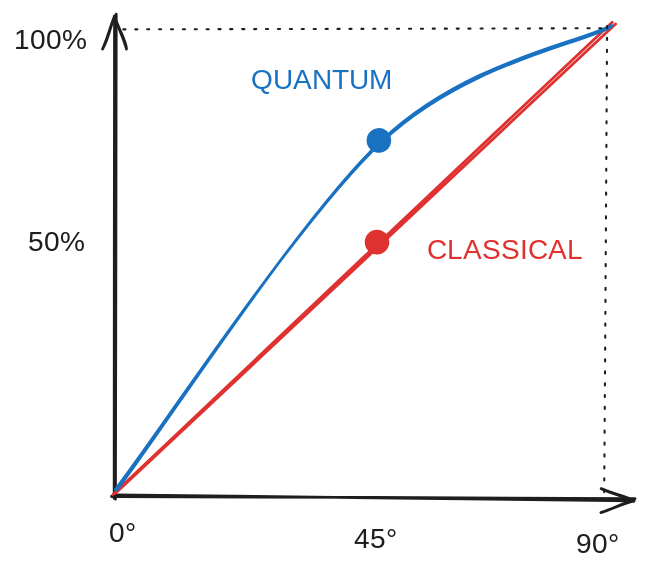
This is ndcoslo-2025/graphics/bell2.excalidraw.svg from filipw/filipw.github.io, a Excalidraw export, as it was before one commit. Source tidied: one line per element, renumbered; positions are measured from the earlier drawing's top-left corner, leaving out a move shared by most shapes. Its diagram source:
```json
{"id": 0, "type": "arrow", "strokeColor": "#1e1e1e", "strokeWidth": 2, "roughness": 1, "endArrowhead": "arrow", "round": true, "x": 71, "y": 345, "width": 2, "height": 345, "points": [[0, 0], [2, -345]]}
{"id": 1, "type": "arrow", "strokeColor": "#1e1e1e", "strokeWidth": 2, "roughness": 1, "endArrowhead": "arrow", "round": true, "x": 70, "y": 345, "width": 373, "height": 1, "points": [[0, 0], [373, 1]]}
{"id": 2, "type": "text", "text": "0°", "strokeColor": "#1e1e1e", "strokeWidth": 2, "roughness": 1, "fontSize": 20, "fontFamily": 5, "x": 68, "y": 359, "width": 22, "height": 25}
{"id": 3, "type": "text", "text": "45°", "strokeColor": "#1e1e1e", "strokeWidth": 2, "roughness": 1, "fontSize": 20, "fontFamily": 5, "x": 243, "y": 364, "width": 32, "height": 25}
{"id": 4, "type": "text", "text": "90°", "strokeColor": "#1e1e1e", "strokeWidth": 2, "roughness": 1, "fontSize": 20, "fontFamily": 5, "x": 401, "y": 367, "width": 34, "height": 25}
{"id": 5, "type": "line", "strokeColor": "#e03131", "strokeWidth": 2, "roughness": 1, "round": true, "x": 71, "y": 343, "width": 357, "height": 337, "points": [[0, 0], [357, -337]]}
{"id": 6, "type": "text", "text": "50%", "strokeColor": "#1e1e1e", "strokeWidth": 2, "roughness": 1, "fontSize": 20, "fontFamily": 5, "x": 10, "y": 152, "width": 44, "height": 25}
{"id": 7, "type": "text", "text": "100%", "strokeColor": "#1e1e1e", "strokeWidth": 2, "roughness": 1, "fontSize": 20, "fontFamily": 5, "x": 0, "y": 7, "width": 54, "height": 25}
{"id": 8, "type": "text", "text": "CLASSICAL", "strokeColor": "#e03131", "strokeWidth": 2, "roughness": 1, "fontSize": 20, "fontFamily": 5, "x": 295, "y": 157, "width": 109, "height": 25}
{"id": 9, "type": "line", "strokeColor": "#1971c2", "strokeWidth": 2, "roughness": 1, "round": true, "x": 72, "y": 339, "width": 355, "height": 331, "points": [[0, 0], [190, -249], [355, -331]]}
{"id": 10, "type": "line", "strokeColor": "#1e1e1e", "strokeWidth": 1, "strokeStyle": "dotted", "roughness": 1, "round": true, "x": 423, "y": 9, "width": 1, "height": 335, "points": [[0, 0], [-1, 335]]}
{"id": 11, "type": "line", "strokeColor": "#1e1e1e", "strokeWidth": 1, "strokeStyle": "dotted", "roughness": 1, "round": true, "x": 419, "y": 10, "width": 345, "height": 1, "points": [[0, 0], [-345, 1]]}
{"id": 12, "type": "freedraw", "strokeColor": "#e03131", "strokeWidth": 4, "strokeStyle": "dotted", "roughness": 1, "x": 259, "y": 163, "width": 0, "height": 0, "points": [[0, 0], [0, 0]]}
{"id": 13, "type": "freedraw", "strokeColor": "#1971c2", "strokeWidth": 4, "strokeStyle": "dotted", "roughness": 1, "x": 261, "y": 90, "width": 0, "height": 0, "points": [[0, 0], [0, 0]]}
{"id": 14, "type": "text", "text": "QUANTUM", "strokeColor": "#1971c2", "strokeWidth": 2, "roughness": 1, "fontSize": 20, "fontFamily": 5, "x": 169, "y": 36, "width": 101, "height": 25}
```
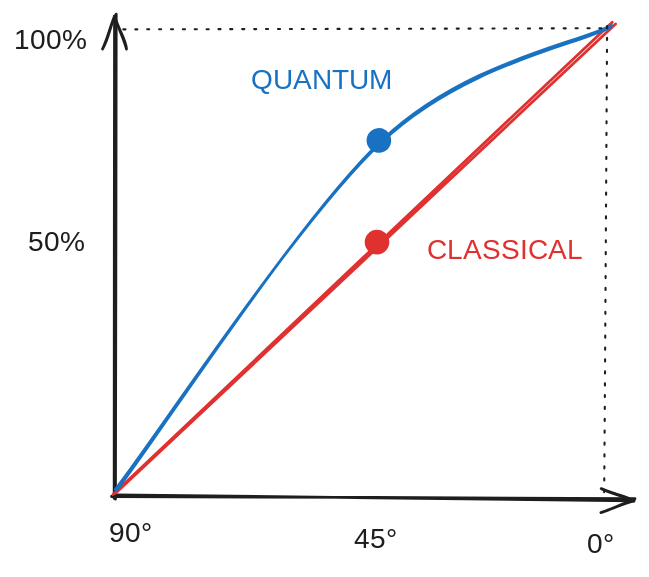
Above is the later version.

The edit, as a diff of the source:
```diff
@@ -1,8 +1,8 @@
 {"id": 0, "type": "arrow", "strokeColor": "#1e1e1e", "strokeWidth": 2, "roughness": 1, "endArrowhead": "arrow", "round": true, "x": 71, "y": 345, "width": 2, "height": 345, "points": [[0, 0], [2, -345]]}
 {"id": 1, "type": "arrow", "strokeColor": "#1e1e1e", "strokeWidth": 2, "roughness": 1, "endArrowhead": "arrow", "round": true, "x": 70, "y": 345, "width": 373, "height": 1, "points": [[0, 0], [373, 1]]}
-{"id": 2, "type": "text", "text": "0°", "strokeColor": "#1e1e1e", "strokeWidth": 2, "roughness": 1, "fontSize": 20, "fontFamily": 5, "x": 68, "y": 359, "width": 22, "height": 25}
+{"id": 2, "type": "text", "text": "90°", "strokeColor": "#1e1e1e", "strokeWidth": 2, "roughness": 1, "fontSize": 20, "fontFamily": 5, "x": 68, "y": 359, "width": 34, "height": 25}
 {"id": 3, "type": "text", "text": "45°", "strokeColor": "#1e1e1e", "strokeWidth": 2, "roughness": 1, "fontSize": 20, "fontFamily": 5, "x": 243, "y": 364, "width": 32, "height": 25}
-{"id": 4, "type": "text", "text": "90°", "strokeColor": "#1e1e1e", "strokeWidth": 2, "roughness": 1, "fontSize": 20, "fontFamily": 5, "x": 401, "y": 367, "width": 34, "height": 25}
+{"id": 4, "type": "text", "text": "0°", "strokeColor": "#1e1e1e", "strokeWidth": 2, "roughness": 1, "fontSize": 20, "fontFamily": 5, "x": 409, "y": 367, "width": 22, "height": 25}
 {"id": 5, "type": "line", "strokeColor": "#e03131", "strokeWidth": 2, "roughness": 1, "round": true, "x": 71, "y": 343, "width": 357, "height": 337, "points": [[0, 0], [357, -337]]}
 {"id": 6, "type": "text", "text": "50%", "strokeColor": "#1e1e1e", "strokeWidth": 2, "roughness": 1, "fontSize": 20, "fontFamily": 5, "x": 10, "y": 152, "width": 44, "height": 25}
 {"id": 7, "type": "text", "text": "100%", "strokeColor": "#1e1e1e", "strokeWidth": 2, "roughness": 1, "fontSize": 20, "fontFamily": 5, "x": 0, "y": 7, "width": 54, "height": 25}
```
